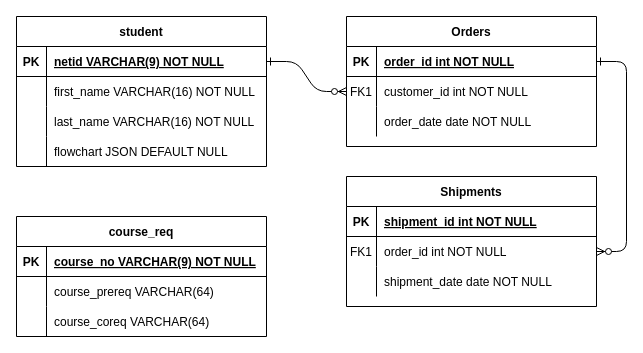
Before: Diagrams/ERD.drawio in ChesterEucrine/Flask-To-PHP, a draw.io diagram. Source tidied: cells renumbered, new cells numbered last; positions are measured from the earlier drawing's top-left corner, leaving out a move shared by most shapes. Both pictures are drawn from the tidied source at 100%, with x=0, y=0 at pixel (16, 16).
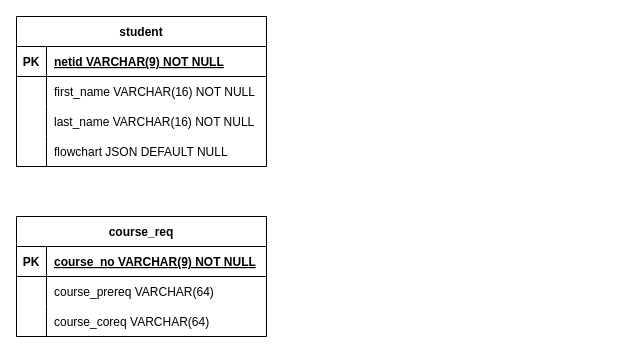
The same diagram, later.

The change refers to these unchanged cells:
```xml
<mxCell id="25" style="shape=partialRectangle;fillColor=none;points=[[0,0.5],[1,0.5]];portConstraint=eastwest;top=0;left=0;right=0;bottom=1;" parent="24" vertex="1">
  <mxGeometry y="30" width="250" height="30" as="geometry" />
</mxCell>
```

Change to the diagram source:
```diff
@@
-    <mxCell id="2" style="edgeStyle=entityRelationEdgeStyle;endArrow=ERzeroToMany;startArrow=ERone;endFill=1;startFill=0;" parent="1" edge="1" source="25" target="8">
-      <mxGeometry relative="1" as="geometry" />
-    </mxCell>
-    <mxCell id="3" style="edgeStyle=entityRelationEdgeStyle;endArrow=ERzeroToMany;startArrow=ERone;endFill=1;startFill=0;" parent="1" edge="1" source="5" target="18">
-      <mxGeometry relative="1" as="geometry" />
-    </mxCell>
-    <mxCell id="4" value="Orders" style="shape=table;startSize=30;childLayout=tableLayout;rowLines=0;fontStyle=1;align=center;" parent="1" vertex="1">
-      <mxGeometry x="330" width="250" height="130" as="geometry" />
-    </mxCell>
-    <mxCell id="5" style="shape=partialRectangle;fillColor=none;points=[[0,0.5],[1,0.5]];portConstraint=eastwest;top=0;left=0;right=0;bottom=1;" parent="4" vertex="1">
-      <mxGeometry y="30" width="250" height="30" as="geometry" />
-    </mxCell>
-    <mxCell id="6" value="PK" style="shape=partialRectangle;overflow=hidden;fillColor=none;top=0;left=0;bottom=0;right=0;fontStyle=1;" parent="5" vertex="1">
-      <mxGeometry width="30" height="30" as="geometry" />
-    </mxCell>
-    <mxCell id="7" value="order_id int NOT NULL " style="shape=partialRectangle;overflow=hidden;fillColor=none;top=0;left=0;bottom=0;right=0;align=left;spacingLeft=6;fontStyle=5;" parent="5" vertex="1">
-      <mxGeometry x="30" width="220" height="30" as="geometry" />
-    </mxCell>
-    <mxCell id="8" style="shape=partialRectangle;fillColor=none;points=[[0,0.5],[1,0.5]];portConstraint=eastwest;top=0;left=0;right=0;bottom=0;" parent="4" vertex="1">
-      <mxGeometry y="60" width="250" height="30" as="geometry" />
-    </mxCell>
-    <mxCell id="9" value="FK1" style="shape=partialRectangle;overflow=hidden;fillColor=none;top=0;left=0;bottom=0;right=0;" parent="8" vertex="1">
-      <mxGeometry width="30" height="30" as="geometry" />
-    </mxCell>
-    <mxCell id="10" value="customer_id int NOT NULL" style="shape=partialRectangle;overflow=hidden;fillColor=none;top=0;left=0;bottom=0;right=0;align=left;spacingLeft=6;" parent="8" vertex="1">
-      <mxGeometry x="30" width="220" height="30" as="geometry" />
-    </mxCell>
-    <mxCell id="11" style="shape=partialRectangle;fillColor=none;top=0;left=0;right=0;bottom=0;" parent="4" vertex="1">
-      <mxGeometry y="90" width="250" height="30" as="geometry" />
-    </mxCell>
-    <mxCell id="12" style="shape=partialRectangle;overflow=hidden;fillColor=none;top=0;left=0;bottom=0;right=0;" parent="11" vertex="1">
-      <mxGeometry width="30" height="30" as="geometry" />
-    </mxCell>
-    <mxCell id="13" value="order_date date NOT NULL" style="shape=partialRectangle;overflow=hidden;fillColor=none;top=0;left=0;bottom=0;right=0;align=left;spacingLeft=6;" parent="11" vertex="1">
-      <mxGeometry x="30" width="220" height="30" as="geometry" />
-    </mxCell>
-    <mxCell id="14" value="Shipments" style="shape=table;startSize=30;childLayout=tableLayout;rowLines=0;fontStyle=1;align=center;" parent="1" vertex="1">
-      <mxGeometry x="330" y="160" width="250" height="130" as="geometry" />
-    </mxCell>
-    <mxCell id="15" style="shape=partialRectangle;fillColor=none;top=0;left=0;right=0;bottom=1;" parent="14" vertex="1">
-      <mxGeometry y="30" width="250" height="30" as="geometry" />
-    </mxCell>
-    <mxCell id="16" value="PK" style="shape=partialRectangle;overflow=hidden;fillColor=none;top=0;left=0;bottom=0;right=0;fontStyle=1;" parent="15" vertex="1">
-      <mxGeometry width="30" height="30" as="geometry" />
-    </mxCell>
-    <mxCell id="17" value="shipment_id int NOT NULL " style="shape=partialRectangle;overflow=hidden;fillColor=none;top=0;left=0;bottom=0;right=0;align=left;spacingLeft=6;fontStyle=5;" parent="15" vertex="1">
-      <mxGeometry x="30" width="220" height="30" as="geometry" />
-    </mxCell>
-    <mxCell id="18" style="shape=partialRectangle;fillColor=none;points=[[0,0.5],[1,0.5]];portConstraint=eastwest;top=0;left=0;right=0;bottom=0;" parent="14" vertex="1">
-      <mxGeometry y="60" width="250" height="30" as="geometry" />
-    </mxCell>
-    <mxCell id="19" value="FK1" style="shape=partialRectangle;overflow=hidden;fillColor=none;top=0;left=0;bottom=0;right=0;" parent="18" vertex="1">
-      <mxGeometry width="30" height="30" as="geometry" />
-    </mxCell>
-    <mxCell id="20" value="order_id int NOT NULL" style="shape=partialRectangle;overflow=hidden;fillColor=none;top=0;left=0;bottom=0;right=0;align=left;spacingLeft=6;" parent="18" vertex="1">
-      <mxGeometry x="30" width="220" height="30" as="geometry" />
-    </mxCell>
-    <mxCell id="21" style="shape=partialRectangle;fillColor=none;top=0;left=0;right=0;bottom=0;" parent="14" vertex="1">
-      <mxGeometry y="90" width="250" height="30" as="geometry" />
-    </mxCell>
-    <mxCell id="22" style="shape=partialRectangle;overflow=hidden;fillColor=none;top=0;left=0;bottom=0;right=0;" parent="21" vertex="1">
-      <mxGeometry width="30" height="30" as="geometry" />
-    </mxCell>
-    <mxCell id="23" value="shipment_date date NOT NULL" style="shape=partialRectangle;overflow=hidden;fillColor=none;top=0;left=0;bottom=0;right=0;align=left;spacingLeft=6;" parent="21" vertex="1">
-      <mxGeometry x="30" width="220" height="30" as="geometry" />
-    </mxCell>
```
